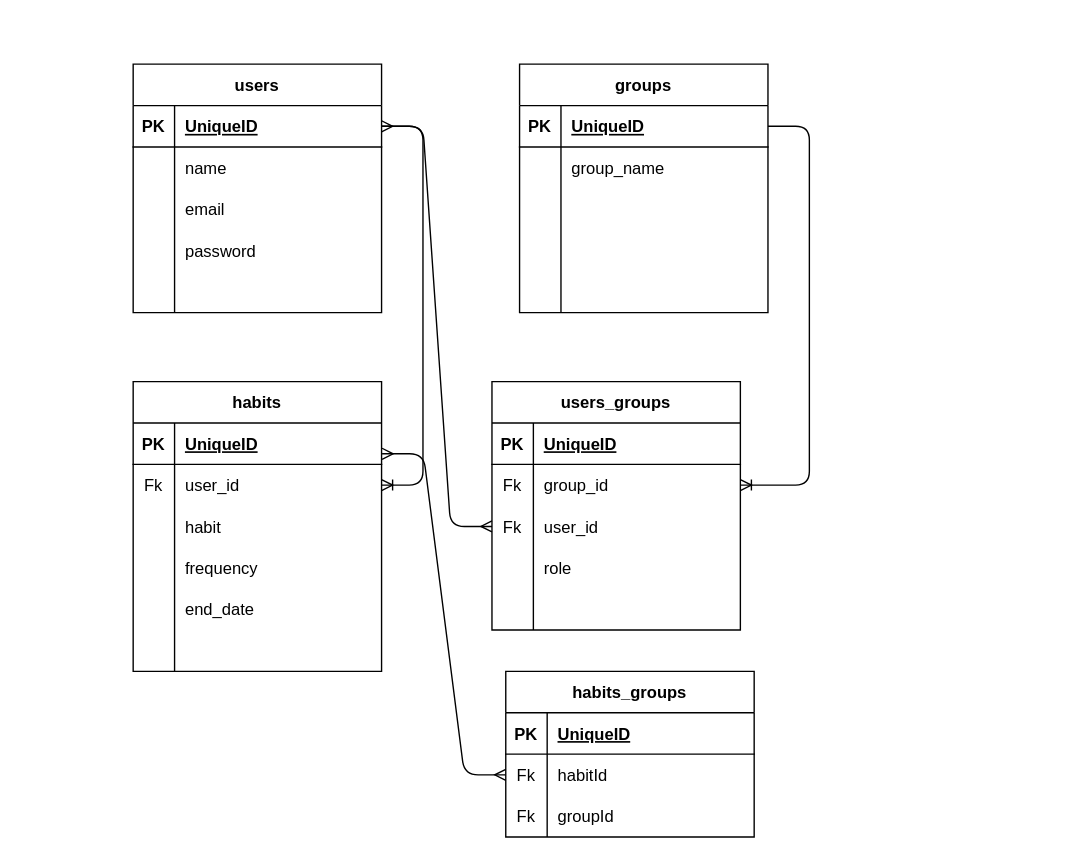
Before: entity.drawio in SDI535/habits-tracker, a draw.io diagram. Source tidied: cells renumbered, new cells numbered last; positions are measured from the earlier drawing's top-left corner, leaving out a move shared by most shapes. Both pictures are drawn from the tidied source at 138%, with x=0, y=0 at pixel (132, 63).
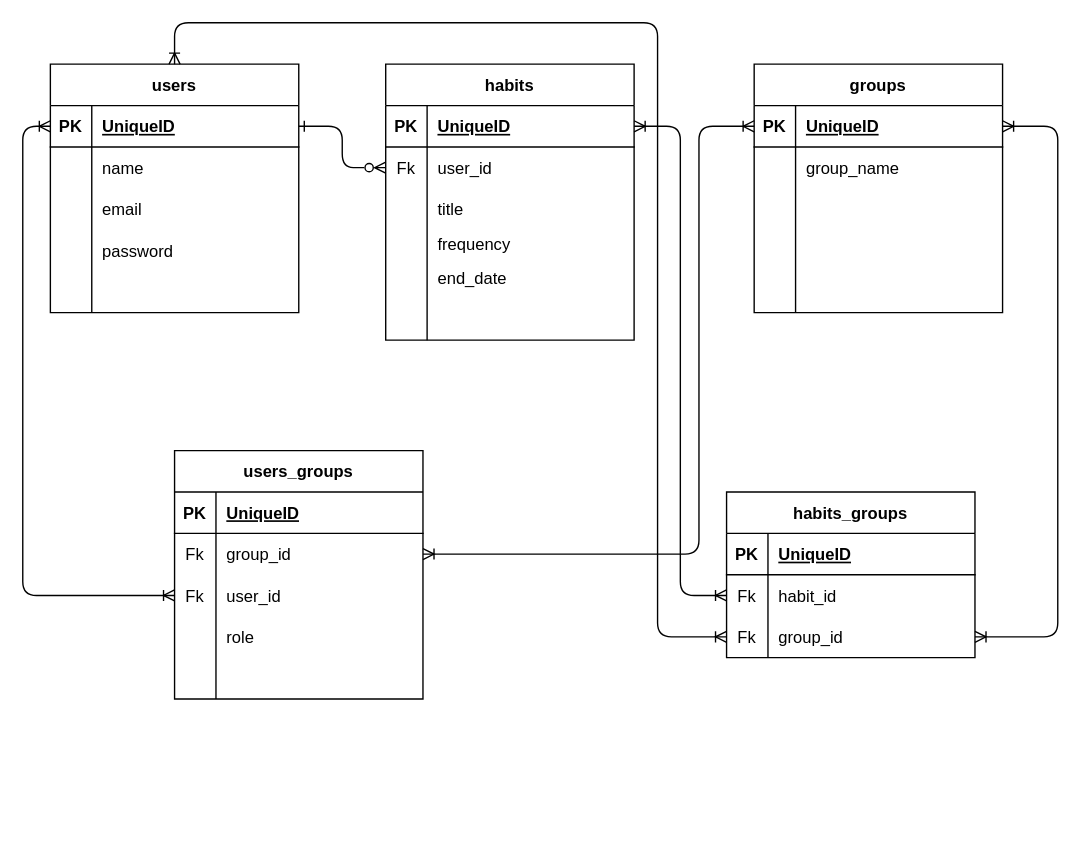
The same page after the edit.

Unchanged cells that the change refers to:
```xml
<mxCell id="3" style="shape=partialRectangle;fillColor=none;top=0;left=0;bottom=1;right=0;points=[[0,0.5],[1,0.5]];portConstraint=eastwest;" parent="2" vertex="1">
  <mxGeometry y="30" width="180" height="30" as="geometry" />
</mxCell>
<mxCell id="19" style="shape=partialRectangle;fillColor=none;top=0;left=0;bottom=1;right=0;points=[[0,0.5],[1,0.5]];portConstraint=eastwest;" parent="18" vertex="1">
  <mxGeometry y="30" width="180" height="30" as="geometry" />
</mxCell>
<mxCell id="38" style="shape=partialRectangle;fillColor=none;top=0;left=0;bottom=0;right=0;points=[[0,0.5],[1,0.5]];portConstraint=eastwest;" parent="34" vertex="1">
  <mxGeometry y="60" width="180" height="30" as="geometry" />
</mxCell>
<mxCell id="41" style="shape=partialRectangle;fillColor=none;top=0;left=0;bottom=0;right=0;points=[[0,0.5],[1,0.5]];portConstraint=eastwest;" parent="34" vertex="1">
  <mxGeometry y="90" width="180" height="30" as="geometry" />
</mxCell>
<mxCell id="53" style="shape=partialRectangle;fillColor=none;top=0;left=0;bottom=1;right=0;points=[[0,0.5],[1,0.5]];portConstraint=eastwest;" parent="52" vertex="1">
  <mxGeometry y="30" width="180" height="30" as="geometry" />
</mxCell>
<mxCell id="56" style="shape=partialRectangle;fillColor=none;top=0;left=0;bottom=0;right=0;points=[[0,0.5],[1,0.5]];portConstraint=eastwest;" parent="52" vertex="1">
  <mxGeometry y="60" width="180" height="30" as="geometry" />
</mxCell>
<mxCell id="59" style="shape=partialRectangle;fillColor=none;top=0;left=0;bottom=0;right=0;" parent="52" vertex="1">
  <mxGeometry y="90" width="180" height="30" as="geometry" />
</mxCell>
<mxCell id="76" style="shape=partialRectangle;fillColor=none;top=0;left=0;bottom=0;right=0;points=[[0,0.5],[1,0.5]];portConstraint=eastwest;" parent="72" vertex="1">
  <mxGeometry y="60" width="180" height="30" as="geometry" />
</mxCell>
<mxCell id="79" style="shape=partialRectangle;fillColor=none;top=0;left=0;bottom=0;right=0;points=[[0,0.5],[1,0.5]];portConstraint=eastwest;" parent="72" vertex="1">
  <mxGeometry y="90" width="180" height="30" as="geometry" />
</mxCell>
```

The edit, as a diff of the source:
```diff
@@
     <mxCell id="2" value="users" style="shape=table;startSize=30;childLayout=tableLayout;rowLines=0;fontStyle=1;align=center;" parent="1" vertex="1">
-      <mxGeometry width="180" height="180" as="geometry" />
+      <mxGeometry x="-60" width="180" height="180" as="geometry" />
     </mxCell>
@@
+    <mxCell id="71" style="edgeStyle=entityRelationEdgeStyle;fontSize=12;html=1;endArrow=ERoneToMany;entryX=1;entryY=0.5;entryDx=0;entryDy=0;exitX=1;exitY=0.5;exitDx=0;exitDy=0;" parent="2" edge="1" source="3" target="3">
+      <mxGeometry relative="1" as="geometry" />
+    </mxCell>
     <mxCell id="18" value="groups" style="shape=table;startSize=30;childLayout=tableLayout;rowLines=0;fontStyle=1;align=center;" parent="1" vertex="1">
-      <mxGeometry x="280" width="180" height="180" as="geometry" />
+      <mxGeometry x="450" width="180" height="180" as="geometry" />
     </mxCell>
@@
     <mxCell id="34" value="users_groups" style="shape=table;startSize=30;childLayout=tableLayout;rowLines=0;fontStyle=1;align=center;" parent="1" vertex="1">
-      <mxGeometry x="260" y="230" width="180" height="180" as="geometry" />
+      <mxGeometry x="30" y="280" width="180" height="180" as="geometry" />
     </mxCell>
@@
-    <mxCell id="50" style="edgeStyle=entityRelationEdgeStyle;fontSize=12;html=1;endArrow=ERoneToMany;entryX=1;entryY=0.5;entryDx=0;entryDy=0;" parent="1" edge="1" target="38">
-      <mxGeometry relative="1" as="geometry">
-        <mxPoint x="460" y="45" as="sourcePoint" />
-      </mxGeometry>
-    </mxCell>
-    <mxCell id="51" style="edgeStyle=entityRelationEdgeStyle;fontSize=12;html=1;endArrow=ERmany;startArrow=ERmany;entryX=1;entryY=0.5;entryDx=0;entryDy=0;" parent="1" edge="1" source="41" target="3">
-      <mxGeometry relative="1" as="geometry" />
-    </mxCell>
     <mxCell id="52" value="habits" style="shape=table;startSize=30;childLayout=tableLayout;rowLines=0;fontStyle=1;align=center;" parent="1" vertex="1">
-      <mxGeometry y="230" width="180" height="210" as="geometry" />
+      <mxGeometry x="183" width="180" height="200" as="geometry" />
     </mxCell>
@@
-    <mxCell id="61" value="habit" style="shape=partialRectangle;fillColor=none;top=0;left=0;bottom=0;right=0;align=left;spacingLeft=6;overflow=hidden;" parent="59" vertex="1">
+    <mxCell id="61" value="title" style="shape=partialRectangle;fillColor=none;top=0;left=0;bottom=0;right=0;align=left;spacingLeft=6;overflow=hidden;" parent="59" vertex="1">
       <mxGeometry x="30" width="150" height="30" as="geometry" />
     </mxCell>
     <mxCell id="62" style="shape=partialRectangle;fillColor=none;top=0;left=0;bottom=0;right=0;" parent="52" vertex="1">
-      <mxGeometry y="120" width="180" height="30" as="geometry" />
+      <mxGeometry y="120" width="180" height="20" as="geometry" />
     </mxCell>
     <mxCell id="63" style="shape=partialRectangle;fillColor=none;top=0;left=0;bottom=0;right=0;overflow=hidden;" parent="62" vertex="1">
-      <mxGeometry width="30" height="30" as="geometry" />
+      <mxGeometry width="30" height="20" as="geometry" />
     </mxCell>
     <mxCell id="64" value="frequency" style="shape=partialRectangle;fillColor=none;top=0;left=0;bottom=0;right=0;align=left;spacingLeft=6;overflow=hidden;" parent="62" vertex="1">
-      <mxGeometry x="30" width="150" height="30" as="geometry" />
+      <mxGeometry x="30" width="150" height="20" as="geometry" />
     </mxCell>
     <mxCell id="65" style="shape=partialRectangle;fillColor=none;top=0;left=0;bottom=0;right=0;" parent="52" vertex="1">
-      <mxGeometry y="150" width="180" height="30" as="geometry" />
+      <mxGeometry y="140" width="180" height="30" as="geometry" />
     </mxCell>
@@
     <mxCell id="68" style="shape=partialRectangle;fillColor=none;top=0;left=0;bottom=0;right=0;" parent="52" vertex="1">
-      <mxGeometry y="180" width="180" height="30" as="geometry" />
+      <mxGeometry y="170" width="180" height="30" as="geometry" />
     </mxCell>
@@
-    <mxCell id="71" style="edgeStyle=entityRelationEdgeStyle;fontSize=12;html=1;endArrow=ERoneToMany;entryX=1;entryY=0.5;entryDx=0;entryDy=0;exitX=1;exitY=0.5;exitDx=0;exitDy=0;" parent="1" edge="1" source="3" target="56">
-      <mxGeometry relative="1" as="geometry" />
-    </mxCell>
     <mxCell id="72" value="habits_groups" style="shape=table;startSize=30;childLayout=tableLayout;rowLines=0;fontStyle=1;align=center;" parent="1" vertex="1">
-      <mxGeometry x="270" y="440" width="180" height="120" as="geometry" />
+      <mxGeometry x="430" y="310" width="180" height="120" as="geometry" />
     </mxCell>
@@
-    <mxCell id="78" value="habitId" style="shape=partialRectangle;fillColor=none;top=0;left=0;bottom=0;right=0;align=left;spacingLeft=6;overflow=hidden;" parent="76" vertex="1">
+    <mxCell id="78" value="habit_id" style="shape=partialRectangle;fillColor=none;top=0;left=0;bottom=0;right=0;align=left;spacingLeft=6;overflow=hidden;" parent="76" vertex="1">
       <mxGeometry x="30" width="150" height="30" as="geometry" />
     </mxCell>
@@
-    <mxCell id="81" value="groupId" style="shape=partialRectangle;fillColor=none;top=0;left=0;bottom=0;right=0;align=left;spacingLeft=6;overflow=hidden;" parent="79" vertex="1">
+    <mxCell id="81" value="group_id" style="shape=partialRectangle;fillColor=none;top=0;left=0;bottom=0;right=0;align=left;spacingLeft=6;overflow=hidden;" parent="79" vertex="1">
       <mxGeometry x="30" width="150" height="30" as="geometry" />
     </mxCell>
+    <mxCell id="83" style="edgeStyle=orthogonalEdgeStyle;html=1;entryX=0;entryY=0.5;entryDx=0;entryDy=0;startArrow=ERone;startFill=0;endArrow=ERzeroToMany;endFill=0;" parent="1" edge="1" source="3" target="56">
+      <mxGeometry relative="1" as="geometry" />
+    </mxCell>
-    <mxCell id="82" style="edgeStyle=entityRelationEdgeStyle;fontSize=12;html=1;endArrow=ERmany;startArrow=ERmany;entryX=0;entryY=0.5;entryDx=0;entryDy=0;exitX=1.002;exitY=0.744;exitDx=0;exitDy=0;exitPerimeter=0;" parent="1" edge="1" source="53" target="76">
+    <mxCell id="82" style="edgeStyle=orthogonalEdgeStyle;html=1;entryX=0;entryY=0.5;entryDx=0;entryDy=0;startArrow=ERoneToMany;startFill=0;endArrow=ERoneToMany;endFill=0;" parent="1" edge="1" source="53" target="76">
       <mxGeometry relative="1" as="geometry" />
     </mxCell>
+    <mxCell id="84" style="edgeStyle=orthogonalEdgeStyle;html=1;entryX=1;entryY=0.5;entryDx=0;entryDy=0;startArrow=ERoneToMany;startFill=0;endArrow=ERoneToMany;endFill=0;exitX=1;exitY=0.5;exitDx=0;exitDy=0;" parent="1" edge="1" source="19" target="79">
+      <mxGeometry relative="1" as="geometry">
+        <Array as="points">
+          <mxPoint x="670" y="45" />
+          <mxPoint x="670" y="415" />
+        </Array>
+      </mxGeometry>
+    </mxCell>
+    <mxCell id="85" style="edgeStyle=orthogonalEdgeStyle;html=1;entryX=1;entryY=0.5;entryDx=0;entryDy=0;startArrow=ERoneToMany;startFill=0;endArrow=ERoneToMany;endFill=0;" parent="1" edge="1" source="19" target="38">
+      <mxGeometry relative="1" as="geometry">
+        <Array as="points">
+          <mxPoint x="410" y="45" />
+          <mxPoint x="410" y="355" />
+        </Array>
+      </mxGeometry>
+    </mxCell>
+    <mxCell id="86" style="edgeStyle=orthogonalEdgeStyle;html=1;entryX=0;entryY=0.5;entryDx=0;entryDy=0;startArrow=ERoneToMany;startFill=0;endArrow=ERoneToMany;endFill=0;" parent="1" edge="1" source="3" target="41">
+      <mxGeometry relative="1" as="geometry">
+        <Array as="points">
+          <mxPoint x="-80" y="45" />
+          <mxPoint x="-80" y="385" />
+        </Array>
+      </mxGeometry>
+    </mxCell>
+    <mxCell id="87" style="edgeStyle=orthogonalEdgeStyle;html=1;entryX=0;entryY=0.5;entryDx=0;entryDy=0;exitX=0.5;exitY=0;exitDx=0;exitDy=0;startArrow=ERoneToMany;startFill=0;endArrow=ERoneToMany;endFill=0;" parent="1" edge="1" source="2" target="79">
+      <mxGeometry relative="1" as="geometry">
+        <Array as="points">
+          <mxPoint x="30" y="-30" />
+          <mxPoint x="380" y="-30" />
+          <mxPoint x="380" y="415" />
+        </Array>
+      </mxGeometry>
+    </mxCell>
```
